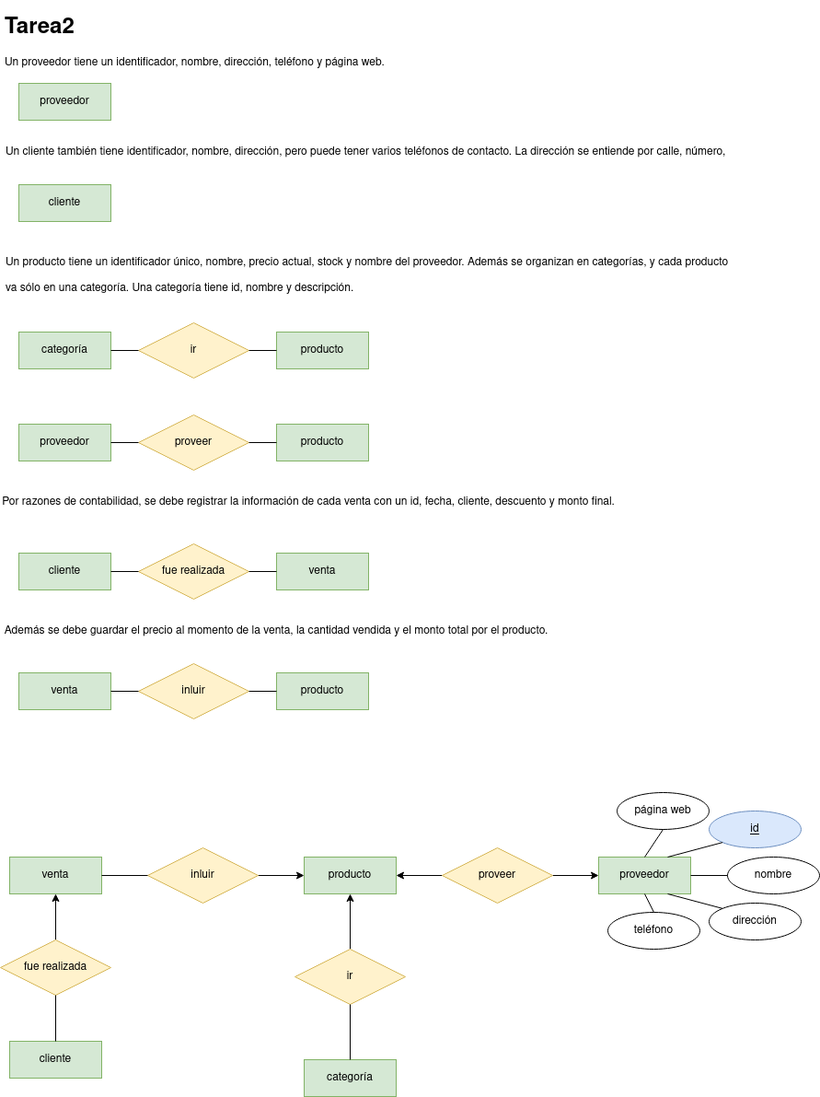
javigh193/bae keeps this draw.io diagram as tareasER/tarea2.png. Above is the earlier version. Source tidied: cells renumbered, new cells last; positions are measured from the earlier drawing's top-left corner, leaving out a move shared by most shapes.
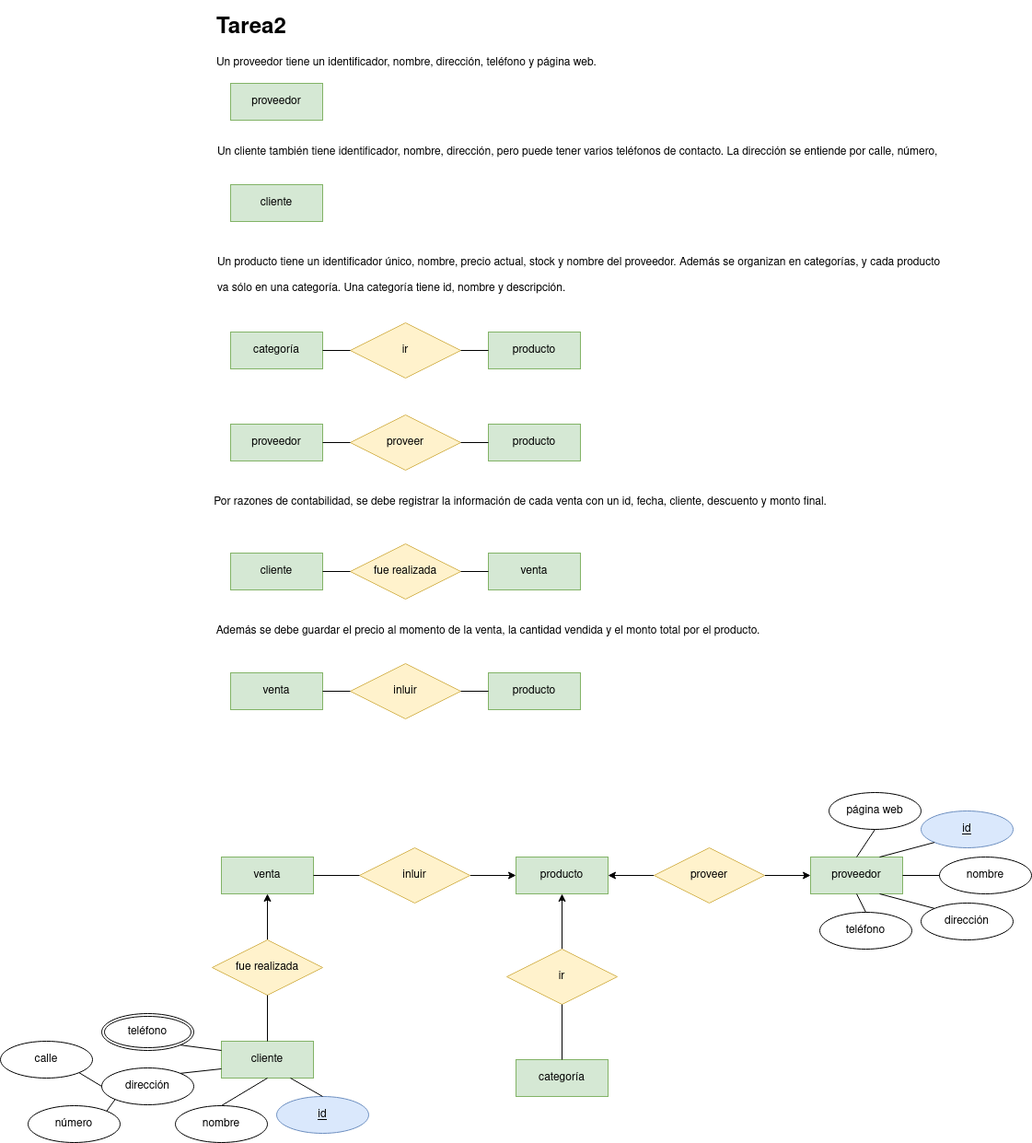
Later version of the same file.

The edit, as a diff of the source:
```diff
@@ -164,5 +164,41 @@
     <mxCell id="55" style="endArrow=none;html=1;rounded=0;entryX=0;entryY=0.5;entryDx=0;entryDy=0;exitX=1;exitY=0.5;exitDx=0;exitDy=0;" parent="1" edge="1" source="30" target="49">
       <mxGeometry relative="1" as="geometry" />
     </mxCell>
+    <mxCell id="56" value="id" style="ellipse;whiteSpace=wrap;html=1;align=center;fontStyle=4;fillColor=#dae8fc;strokeColor=#6c8ebf;" parent="1" vertex="1">
+      <mxGeometry x="70" y="1180" width="100" height="40" as="geometry" />
+    </mxCell>
+    <mxCell id="57" value="nombre" style="ellipse;whiteSpace=wrap;html=1;align=center;" parent="1" vertex="1">
+      <mxGeometry x="-40" y="1190" width="100" height="40" as="geometry" />
+    </mxCell>
+    <mxCell id="58" value="dirección" style="ellipse;whiteSpace=wrap;html=1;align=center;" parent="1" vertex="1">
+      <mxGeometry x="-120" y="1149" width="100" height="40" as="geometry" />
+    </mxCell>
+    <mxCell id="59" value="&lt;div&gt;calle&lt;/div&gt;" style="ellipse;whiteSpace=wrap;html=1;align=center;" parent="1" vertex="1">
+      <mxGeometry x="-230" y="1120" width="100" height="40" as="geometry" />
+    </mxCell>
+    <mxCell id="60" value="número" style="ellipse;whiteSpace=wrap;html=1;align=center;" parent="1" vertex="1">
+      <mxGeometry x="-200" y="1190" width="100" height="40" as="geometry" />
+    </mxCell>
+    <mxCell id="61" value="teléfono" style="ellipse;shape=doubleEllipse;margin=3;whiteSpace=wrap;html=1;align=center;" parent="1" vertex="1">
+      <mxGeometry x="-120" y="1090" width="100" height="40" as="geometry" />
+    </mxCell>
+    <mxCell id="62" style="endArrow=none;html=1;rounded=0;exitX=0.5;exitY=0;exitDx=0;exitDy=0;entryX=0.75;entryY=1;entryDx=0;entryDy=0;" parent="1" edge="1" source="56" target="42">
+      <mxGeometry relative="1" as="geometry" />
+    </mxCell>
+    <mxCell id="63" style="endArrow=none;html=1;rounded=0;exitX=0.5;exitY=1;exitDx=0;exitDy=0;entryX=0.5;entryY=0;entryDx=0;entryDy=0;" parent="1" edge="1" source="42" target="57">
+      <mxGeometry relative="1" as="geometry" />
+    </mxCell>
+    <mxCell id="64" style="endArrow=none;html=1;rounded=0;exitX=1;exitY=0;exitDx=0;exitDy=0;entryX=0;entryY=0.75;entryDx=0;entryDy=0;" parent="1" edge="1" source="58" target="42">
+      <mxGeometry relative="1" as="geometry" />
+    </mxCell>
+    <mxCell id="65" style="endArrow=none;html=1;rounded=0;exitX=1;exitY=1;exitDx=0;exitDy=0;entryX=0;entryY=0.25;entryDx=0;entryDy=0;" parent="1" edge="1" source="61" target="42">
+      <mxGeometry relative="1" as="geometry" />
+    </mxCell>
+    <mxCell id="66" style="endArrow=none;html=1;rounded=0;exitX=1;exitY=0;exitDx=0;exitDy=0;entryX=0;entryY=1;entryDx=0;entryDy=0;" parent="1" edge="1" source="60" target="58">
+      <mxGeometry relative="1" as="geometry" />
+    </mxCell>
+    <mxCell id="67" style="endArrow=none;html=1;rounded=0;exitX=1;exitY=1;exitDx=0;exitDy=0;entryX=0;entryY=0.5;entryDx=0;entryDy=0;" parent="1" edge="1" source="59" target="58">
+      <mxGeometry relative="1" as="geometry" />
+    </mxCell>
   </root>
 </mxGraphModel>
```
